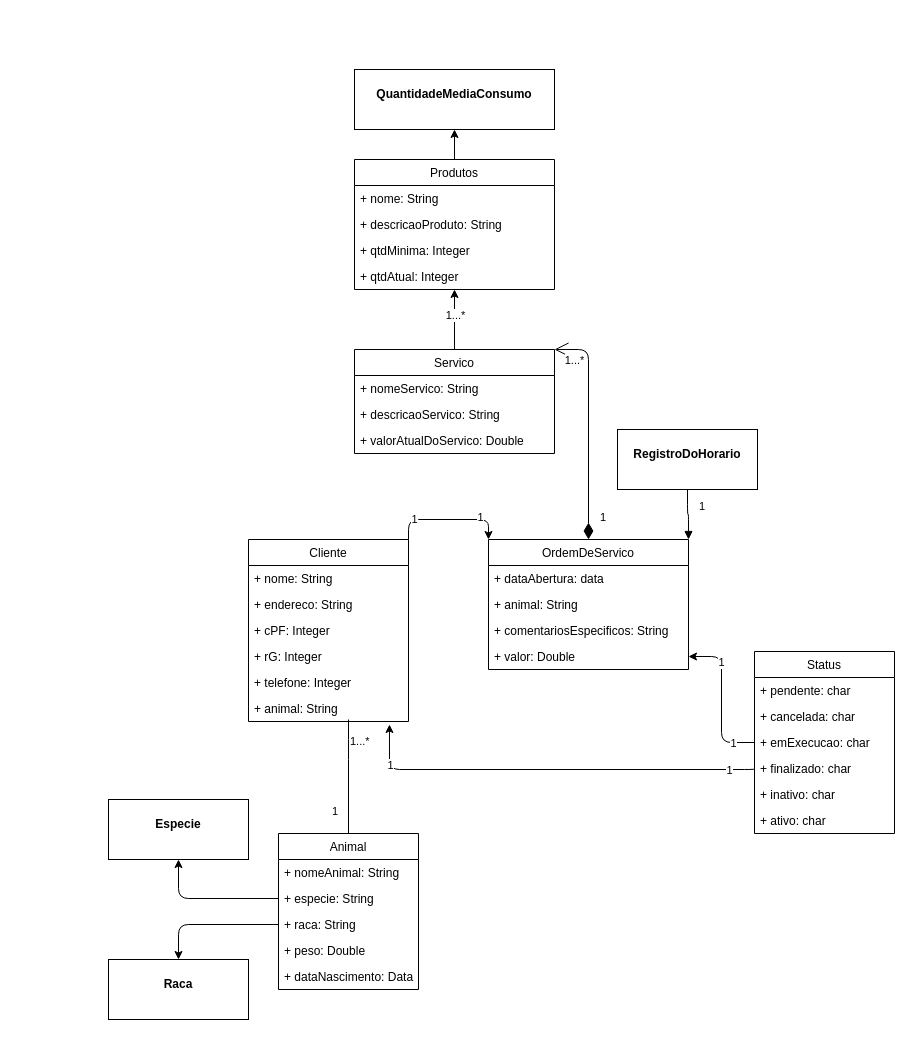
henrique-souza/uml_exercises keeps this draw.io diagram as Diagrama de Classes PET.drawio. Above is the earlier version. Source tidied: cells renumbered, new cells numbered last; positions are measured from the earlier drawing's top-left corner, leaving out a move shared by most shapes. Both pictures are drawn from the tidied source at 100%, with x=0, y=0 at pixel (108, 69).
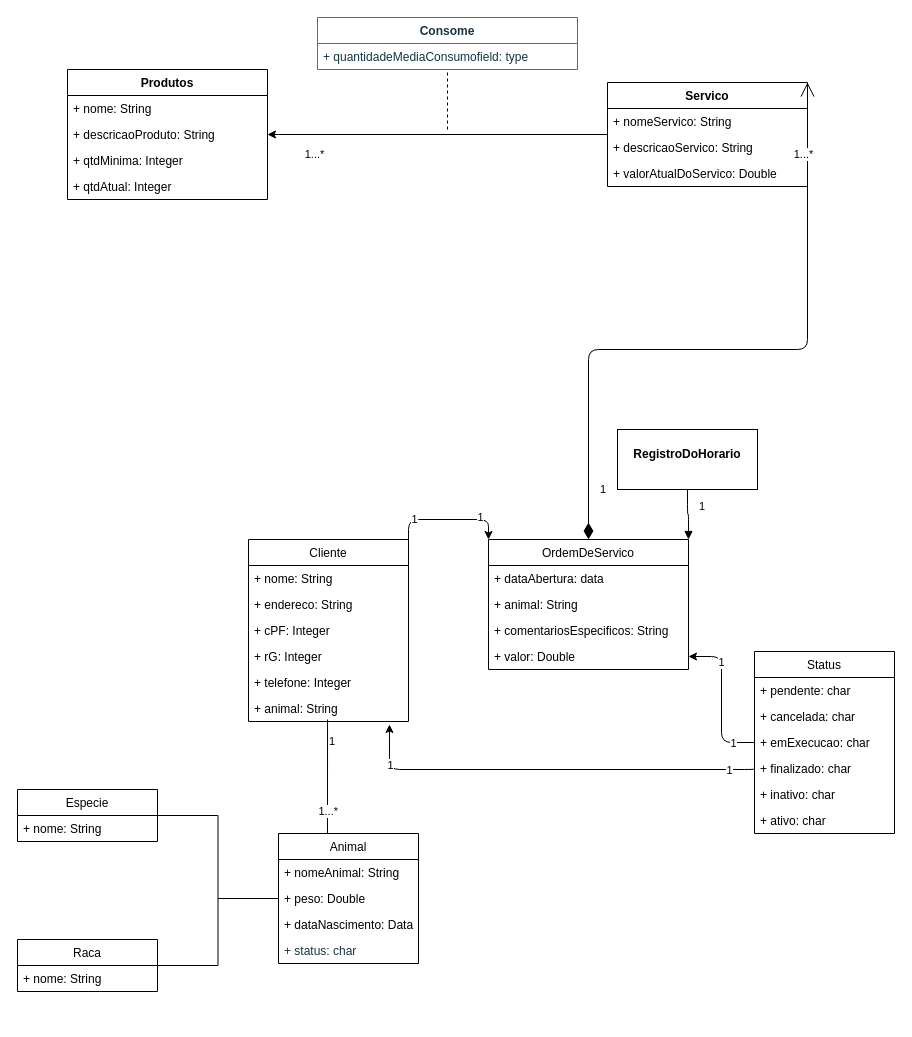
Above is the later version.

Unchanged cells that the change refers to:
```xml
<mxCell id="11" value="+ animal: String" style="text;strokeColor=none;fillColor=none;align=left;verticalAlign=top;spacingLeft=4;spacingRight=4;overflow=hidden;points=[[0,0.5],[1,0.5]];portConstraint=eastwest;rounded=0;sketch=0;" parent="5" vertex="1">
  <mxGeometry y="156" width="160" height="26" as="geometry" />
</mxCell>
```

Change to the diagram source:
```diff
@@
-    <mxCell id="32" value="Servico" style="swimlane;fontStyle=0;horizontal=1;startSize=26;fillColor=none;rounded=0;sketch=0;" parent="1" vertex="1">
-      <mxGeometry x="246" y="280" width="200" height="104" as="geometry" />
+    <mxCell id="32" value="Servico" style="swimlane;fontStyle=1;horizontal=1;startSize=26;fillColor=none;rounded=0;sketch=0;" parent="1" vertex="1">
+      <mxGeometry x="499" y="13" width="200" height="104" as="geometry" />
     </mxCell>
@@
+    <mxCell id="61" style="edgeStyle=orthogonalEdgeStyle;rounded=0;sketch=0;jettySize=auto;html=1;fontColor=#143642;endArrow=none;endFill=0;strokeColor=default;fillColor=#FAE5C7;" parent="1" edge="1" source="38" target="47">
+      <mxGeometry relative="1" as="geometry" />
+    </mxCell>
+    <mxCell id="62" style="edgeStyle=orthogonalEdgeStyle;rounded=0;sketch=0;jettySize=auto;html=1;fontColor=#143642;endArrow=none;endFill=0;strokeColor=default;fillColor=#FAE5C7;" parent="1" edge="1" source="38" target="49">
+      <mxGeometry relative="1" as="geometry" />
+    </mxCell>
     <mxCell id="38" value="Animal" style="swimlane;fontStyle=0;horizontal=1;startSize=26;fillColor=none;rounded=0;sketch=0;" parent="1" vertex="1">
-      <mxGeometry x="170" y="764" width="140" height="156" as="geometry" />
+      <mxGeometry x="170" y="764" width="140" height="130" as="geometry" />
     </mxCell>
@@
-    <mxCell id="40" value="+ especie: String" style="text;strokeColor=none;fillColor=none;align=left;verticalAlign=top;spacingLeft=4;spacingRight=4;overflow=hidden;points=[[0,0.5],[1,0.5]];portConstraint=eastwest;rounded=0;sketch=0;" parent="38" vertex="1">
-      <mxGeometry y="52" width="140" height="26" as="geometry" />
-    </mxCell>
-    <mxCell id="41" value="+ raca: String" style="text;strokeColor=none;fillColor=none;align=left;verticalAlign=top;spacingLeft=4;spacingRight=4;overflow=hidden;points=[[0,0.5],[1,0.5]];portConstraint=eastwest;rounded=0;sketch=0;" parent="38" vertex="1">
-      <mxGeometry y="78" width="140" height="26" as="geometry" />
-    </mxCell>
     <mxCell id="42" value="+ peso: Double" style="text;strokeColor=none;fillColor=none;align=left;verticalAlign=top;spacingLeft=4;spacingRight=4;overflow=hidden;rounded=0;sketch=0;" parent="38" vertex="1">
-      <mxGeometry y="104" width="140" height="26" as="geometry" />
+      <mxGeometry y="52" width="140" height="26" as="geometry" />
     </mxCell>
     <mxCell id="43" value="+ dataNascimento: Data" style="text;strokeColor=none;fillColor=none;align=left;verticalAlign=top;spacingLeft=4;spacingRight=4;overflow=hidden;rounded=0;sketch=0;" parent="38" vertex="1">
-      <mxGeometry y="130" width="140" height="26" as="geometry" />
+      <mxGeometry y="78" width="140" height="26" as="geometry" />
     </mxCell>
+    <mxCell id="63" value="+ status: char" style="text;strokeColor=none;fillColor=none;align=left;verticalAlign=top;spacingLeft=4;spacingRight=4;overflow=hidden;rounded=1;sketch=0;fontColor=#143642;" parent="38" vertex="1">
+      <mxGeometry y="104" width="140" height="26" as="geometry" />
+    </mxCell>
-    <mxCell id="44" style="endArrow=none;html=1;edgeStyle=orthogonalEdgeStyle;rounded=1;sketch=0;curved=0;entryX=0.5;entryY=0;entryDx=0;entryDy=0;exitX=0.625;exitY=0.923;exitDx=0;exitDy=0;exitPerimeter=0;" parent="1" edge="1" source="11" target="38">
+    <mxCell id="44" style="endArrow=none;html=1;edgeStyle=orthogonalEdgeStyle;rounded=0;sketch=0;entryX=0.5;entryY=0;entryDx=0;entryDy=0;exitX=0.494;exitY=0.923;exitDx=0;exitDy=0;exitPerimeter=0;" parent="1" edge="1" source="11" target="38">
       <mxGeometry relative="1" as="geometry">
         <Array as="points">
-          <mxPoint x="240" y="680" />
-          <mxPoint x="240" y="680" />
+          <mxPoint x="219" y="764" />
         </Array>
       </mxGeometry>
     </mxCell>
-    <mxCell id="45" value="1...*" style="edgeLabel;html=1;align=left;verticalAlign=bottom;rounded=0;sketch=0;" parent="44" vertex="1">
+    <mxCell id="45" value="1" style="edgeLabel;html=1;align=left;verticalAlign=bottom;rounded=0;sketch=0;" parent="44" vertex="1">
       <mxGeometry x="-1" relative="1" as="geometry">
         <mxPoint y="30" as="offset" />
       </mxGeometry>
     </mxCell>
-    <mxCell id="46" value="1" style="edgeLabel;html=1;align=right;verticalAlign=bottom;rounded=0;sketch=0;" parent="44" vertex="1">
+    <mxCell id="46" value="1...*" style="edgeLabel;html=1;align=right;verticalAlign=bottom;rounded=0;sketch=0;" parent="44" vertex="1">
       <mxGeometry x="1" relative="1" as="geometry">
         <mxPoint x="-10" y="-14" as="offset" />
       </mxGeometry>
     </mxCell>
-    <mxCell id="47" value="&lt;p style=&quot;margin:0px;margin-top:4px;text-align:center;&quot;&gt;&lt;br&gt;&lt;b&gt;Especie&lt;/b&gt;&lt;/p&gt;&lt;p style=&quot;margin:0px;margin-top:4px;text-align:center;&quot;&gt;&lt;b&gt;&lt;br&gt;&lt;/b&gt;&lt;/p&gt;" style="verticalAlign=top;align=left;overflow=fill;fontSize=12;fontFamily=Helvetica;html=1;rounded=0;sketch=0;" parent="1" vertex="1">
-      <mxGeometry y="730" width="140" height="60" as="geometry" />
-    </mxCell>
-    <mxCell id="48" style="edgeStyle=orthogonalEdgeStyle;curved=0;rounded=1;sketch=0;jettySize=auto;html=1;exitX=0;exitY=0.5;exitDx=0;exitDy=0;entryX=0.5;entryY=1;entryDx=0;entryDy=0;" parent="1" edge="1" source="40" target="47">
-      <mxGeometry relative="1" as="geometry" />
-    </mxCell>
-    <mxCell id="49" value="&lt;p style=&quot;margin:0px;margin-top:4px;text-align:center;&quot;&gt;&lt;br&gt;&lt;b&gt;Raca&lt;/b&gt;&lt;/p&gt;&lt;p style=&quot;margin:0px;margin-top:4px;text-align:center;&quot;&gt;&lt;b&gt;&lt;br&gt;&lt;/b&gt;&lt;/p&gt;" style="verticalAlign=top;align=left;overflow=fill;fontSize=12;fontFamily=Helvetica;html=1;rounded=0;sketch=0;" parent="1" vertex="1">
-      <mxGeometry y="890" width="140" height="60" as="geometry" />
-    </mxCell>
-    <mxCell id="50" style="edgeStyle=orthogonalEdgeStyle;curved=0;rounded=1;sketch=0;jettySize=auto;html=1;exitX=0;exitY=0.5;exitDx=0;exitDy=0;" parent="1" edge="1" source="41" target="49">
-      <mxGeometry relative="1" as="geometry" />
-    </mxCell>
-    <mxCell id="51" style="edgeStyle=orthogonalEdgeStyle;curved=0;rounded=1;sketch=0;jettySize=auto;html=1;exitX=0.5;exitY=0;exitDx=0;exitDy=0;entryX=0.5;entryY=1;entryDx=0;entryDy=0;" parent="1" edge="1" source="52" target="57">
-      <mxGeometry relative="1" as="geometry" />
-    </mxCell>
-    <mxCell id="52" value="Produtos" style="swimlane;fontStyle=0;horizontal=1;startSize=26;fillColor=none;rounded=0;sketch=0;" parent="1" vertex="1">
-      <mxGeometry x="246" y="90" width="200" height="130" as="geometry" />
+    <mxCell id="52" value="Produtos" style="swimlane;fontStyle=1;horizontal=1;startSize=26;fillColor=none;rounded=0;sketch=0;" parent="1" vertex="1">
+      <mxGeometry x="-41" width="200" height="130" as="geometry" />
     </mxCell>
@@
-    <mxCell id="57" value="&lt;p style=&quot;margin:0px;margin-top:4px;text-align:center;&quot;&gt;&lt;br&gt;&lt;b&gt;QuantidadeMediaConsumo&lt;/b&gt;&lt;/p&gt;" style="verticalAlign=top;align=left;overflow=fill;fontSize=12;fontFamily=Helvetica;html=1;rounded=0;sketch=0;" parent="1" vertex="1">
-      <mxGeometry x="246" width="200" height="60" as="geometry" />
-    </mxCell>
@@
+    <mxCell id="47" value="Especie" style="swimlane;fontStyle=0;horizontal=1;startSize=26;fillColor=none;rounded=0;sketch=0;" parent="1" vertex="1">
+      <mxGeometry x="-91" y="720" width="140" height="52" as="geometry" />
+    </mxCell>
+    <mxCell id="64" value="+ nome: String" style="text;strokeColor=none;fillColor=none;align=left;verticalAlign=top;spacingLeft=4;spacingRight=4;overflow=hidden;rounded=0;sketch=0;" parent="47" vertex="1">
+      <mxGeometry y="26" width="140" height="26" as="geometry" />
+    </mxCell>
+    <mxCell id="49" value="Raca" style="swimlane;fontStyle=0;horizontal=1;startSize=26;fillColor=none;rounded=0;sketch=0;" parent="1" vertex="1">
+      <mxGeometry x="-91" y="870" width="140" height="52" as="geometry" />
+    </mxCell>
+    <mxCell id="65" value="+ nome: String" style="text;strokeColor=none;fillColor=none;align=left;verticalAlign=top;spacingLeft=4;spacingRight=4;overflow=hidden;rounded=0;sketch=0;" parent="49" vertex="1">
+      <mxGeometry y="26" width="140" height="26" as="geometry" />
+    </mxCell>
+    <mxCell id="66" style="endArrow=none;dashed=1;endFill=0;endSize=12;html=1;rounded=0;sketch=0;fontColor=#143642;strokeColor=default;fillColor=#FAE5C7;" parent="1" edge="1">
+      <mxGeometry relative="1" as="geometry">
+        <mxPoint x="339" y="60" as="sourcePoint" />
+        <mxPoint x="339" as="targetPoint" />
+      </mxGeometry>
+    </mxCell>
+    <mxCell id="67" value="Consome" style="swimlane;fontStyle=1;horizontal=1;startSize=26;fillColor=none;rounded=0;sketch=0;fontColor=#143642;strokeColor=#0F8B8D;" parent="1" vertex="1">
+      <mxGeometry x="209" y="-52" width="260" height="52" as="geometry" />
+    </mxCell>
+    <mxCell id="68" value="+ quantidadeMediaConsumofield: type" style="text;strokeColor=none;fillColor=none;align=left;verticalAlign=top;spacingLeft=4;spacingRight=4;overflow=hidden;rounded=0;sketch=0;fontColor=#143642;" parent="67" vertex="1">
+      <mxGeometry y="26" width="260" height="26" as="geometry" />
+    </mxCell>
```
